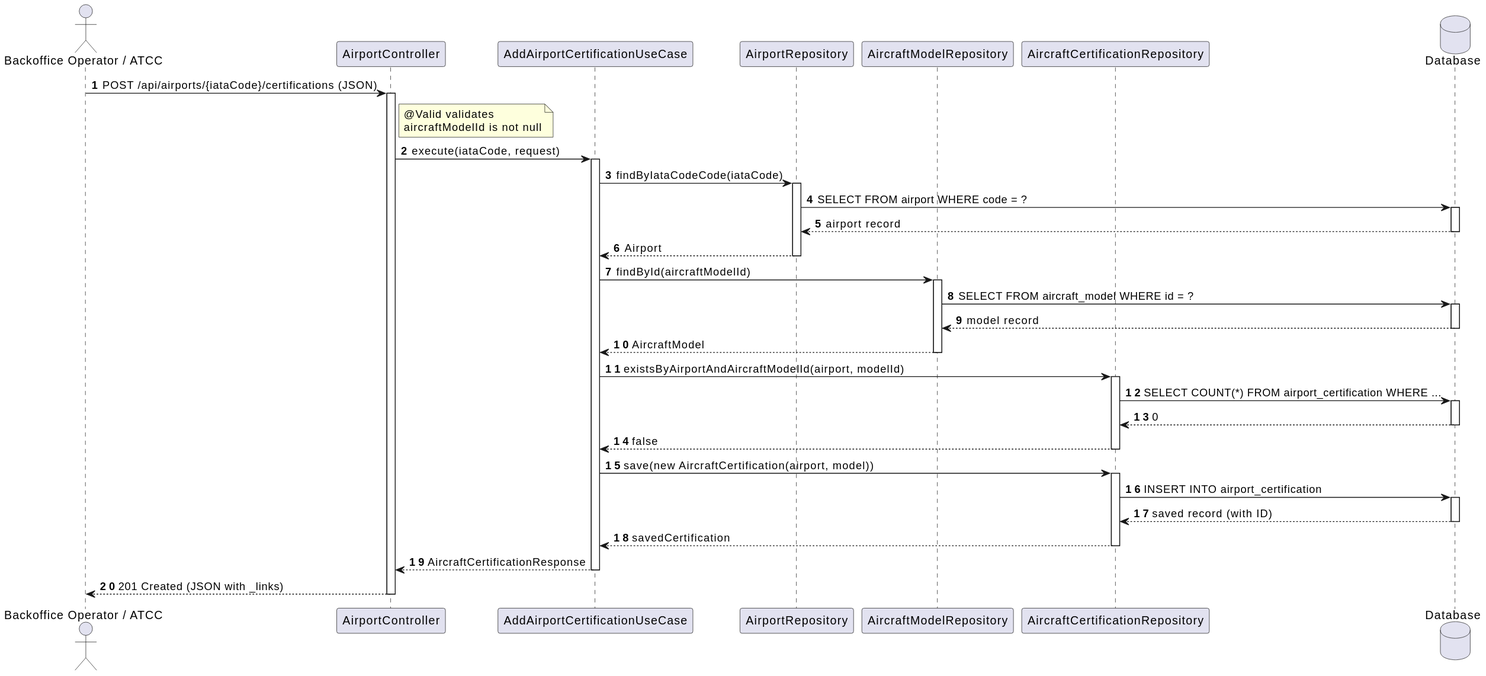
Earlier version of the PlantUML export docs/system-documentation/use-cases/WP2A/US106a/svg/sd_us106a.svg (VascoMagolo/psoft_1231562_1241692_1242036_2db). The source it was exported from:
```plantuml
@startuml
autonumber
actor "Backoffice Operator / ATCC" as Actor
participant "AirportController" as Ctrl
participant "AddAirportCertificationUseCase" as UC
participant "AirportRepository" as AirportRepo
participant "AircraftModelRepository" as ModelRepo
participant "AircraftCertificationRepository" as CertRepo
database "Database" as DB

Actor -> Ctrl : POST /api/airports/{iataCode}/certifications (JSON)
activate Ctrl

note right of Ctrl : @Valid validates\naircraftModelId is not null

Ctrl -> UC : execute(iataCode, request)
activate UC

UC -> AirportRepo : findByIataCodeCode(iataCode)
activate AirportRepo
AirportRepo -> DB : SELECT FROM airport WHERE code = ?
activate DB
DB --> AirportRepo : airport record
deactivate DB
AirportRepo --> UC : Airport
deactivate AirportRepo

UC -> ModelRepo : findById(aircraftModelId)
activate ModelRepo
ModelRepo -> DB : SELECT FROM aircraft_model WHERE id = ?
activate DB
DB --> ModelRepo : model record
deactivate DB
ModelRepo --> UC : AircraftModel
deactivate ModelRepo

UC -> CertRepo : existsByAirportAndAircraftModelId(airport, modelId)
activate CertRepo
CertRepo -> DB : SELECT COUNT(*) FROM airport_certification WHERE ...
activate DB
DB --> CertRepo : 0
deactivate DB
CertRepo --> UC : false
deactivate CertRepo

UC -> CertRepo : save(new AircraftCertification(airport, model))
activate CertRepo
CertRepo -> DB : INSERT INTO airport_certification
activate DB
DB --> CertRepo : saved record (with ID)
deactivate DB
CertRepo --> UC : savedCertification
deactivate CertRepo

UC --> Ctrl : AircraftCertificationResponse
deactivate UC

Ctrl --> Actor : 201 Created (JSON with _links)
deactivate Ctrl
@enduml
```
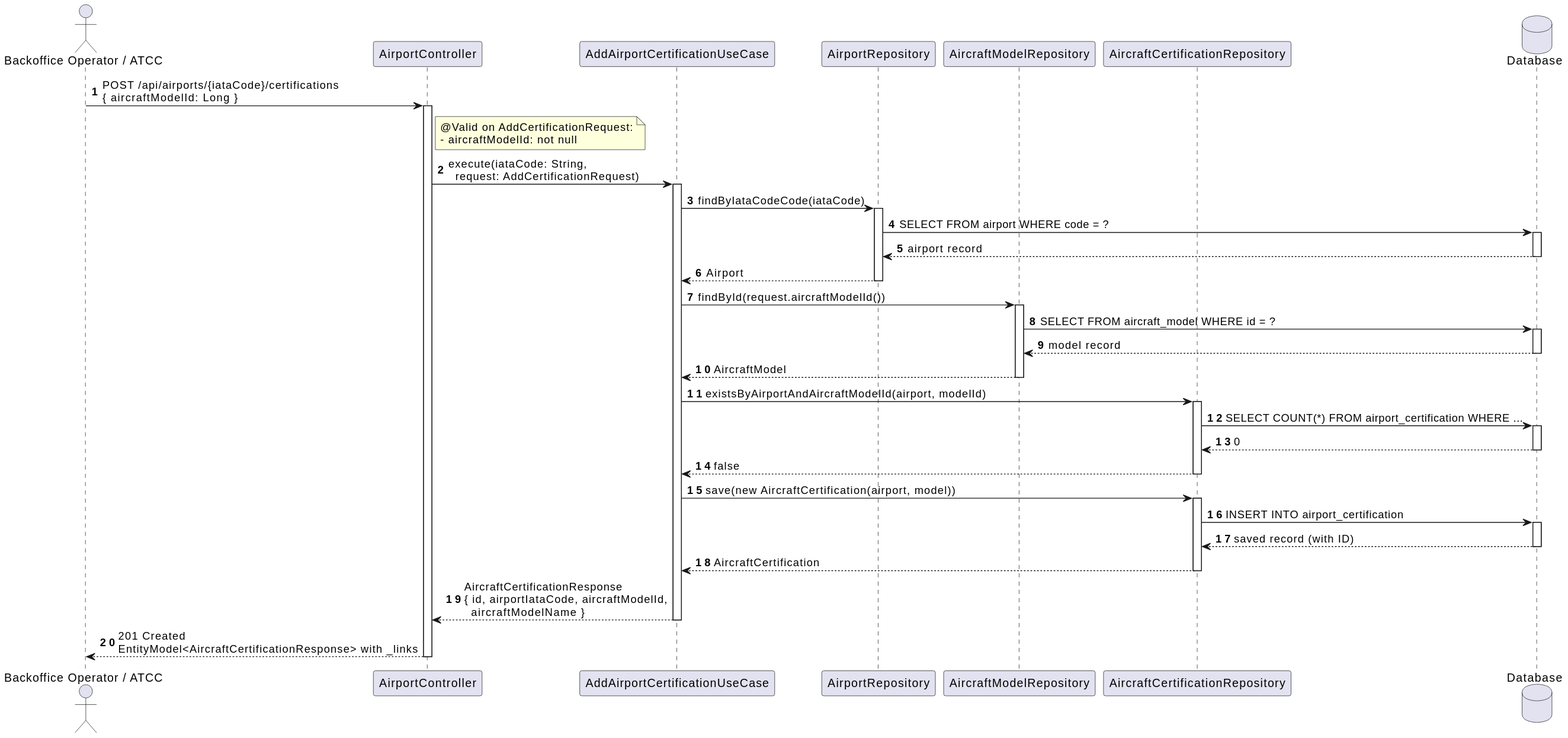
The same file after the commit.

Change to the diagram source:
```diff
@@ -8,12 +8,15 @@
 participant "AircraftCertificationRepository" as CertRepo
 database "Database" as DB
 
-Actor -> Ctrl : POST /api/airports/{iataCode}/certifications (JSON)
+Actor -> Ctrl : POST /api/airports/{iataCode}/certifications\n{ aircraftModelId: Long }
 activate Ctrl
 
-note right of Ctrl : @Valid validates\naircraftModelId is not null
+note right of Ctrl
+  @Valid on AddCertificationRequest:
+  - aircraftModelId: not null
+end note
 
-Ctrl -> UC : execute(iataCode, request)
+Ctrl -> UC : execute(iataCode: String,\n  request: AddCertificationRequest)
 activate UC
 
 UC -> AirportRepo : findByIataCodeCode(iataCode)
@@ -25,7 +28,7 @@
 AirportRepo --> UC : Airport
 deactivate AirportRepo
 
-UC -> ModelRepo : findById(aircraftModelId)
+UC -> ModelRepo : findById(request.aircraftModelId())
 activate ModelRepo
 ModelRepo -> DB : SELECT FROM aircraft_model WHERE id = ?
 activate DB
@@ -49,12 +52,12 @@
 activate DB
 DB --> CertRepo : saved record (with ID)
 deactivate DB
-CertRepo --> UC : savedCertification
+CertRepo --> UC : AircraftCertification
 deactivate CertRepo
 
-UC --> Ctrl : AircraftCertificationResponse
+UC --> Ctrl : AircraftCertificationResponse\n{ id, airportIataCode, aircraftModelId,\n  aircraftModelName }
 deactivate UC
 
-Ctrl --> Actor : 201 Created (JSON with _links)
+Ctrl --> Actor : 201 Created\nEntityModel<AircraftCertificationResponse> with _links
 deactivate Ctrl
 @enduml
```
